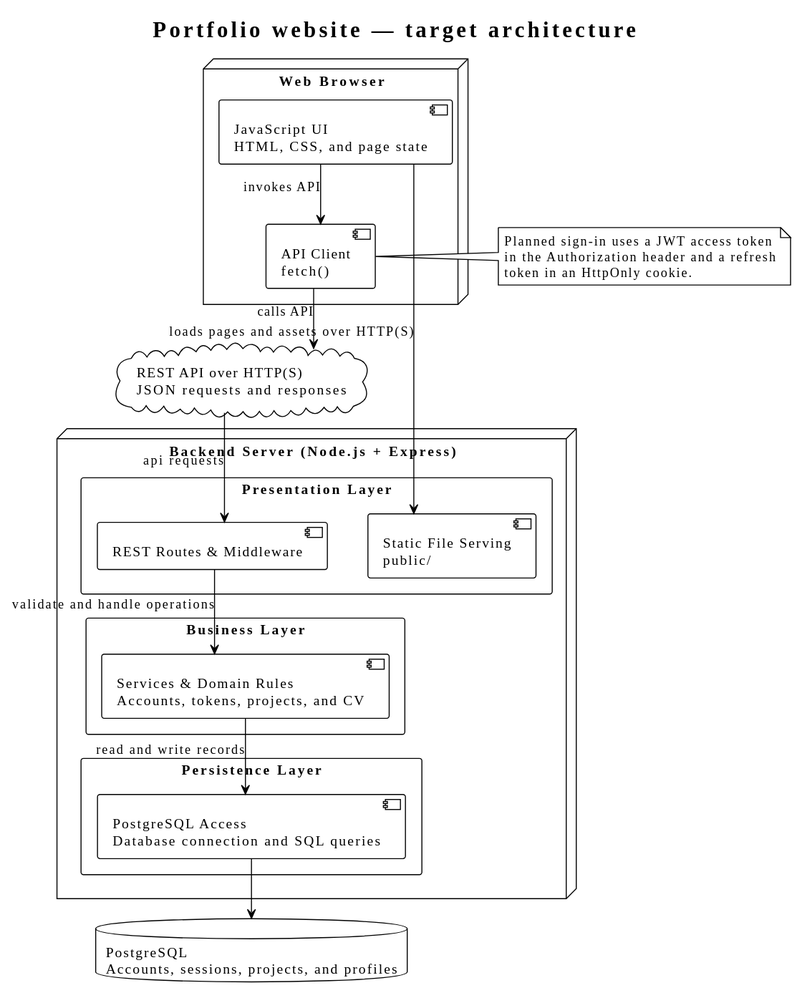
Before: docs/global_artifacts/architecture_overview.svg, a diagram exported from PlantUML (MiguelRibeiro1210/Portfolio_Website).
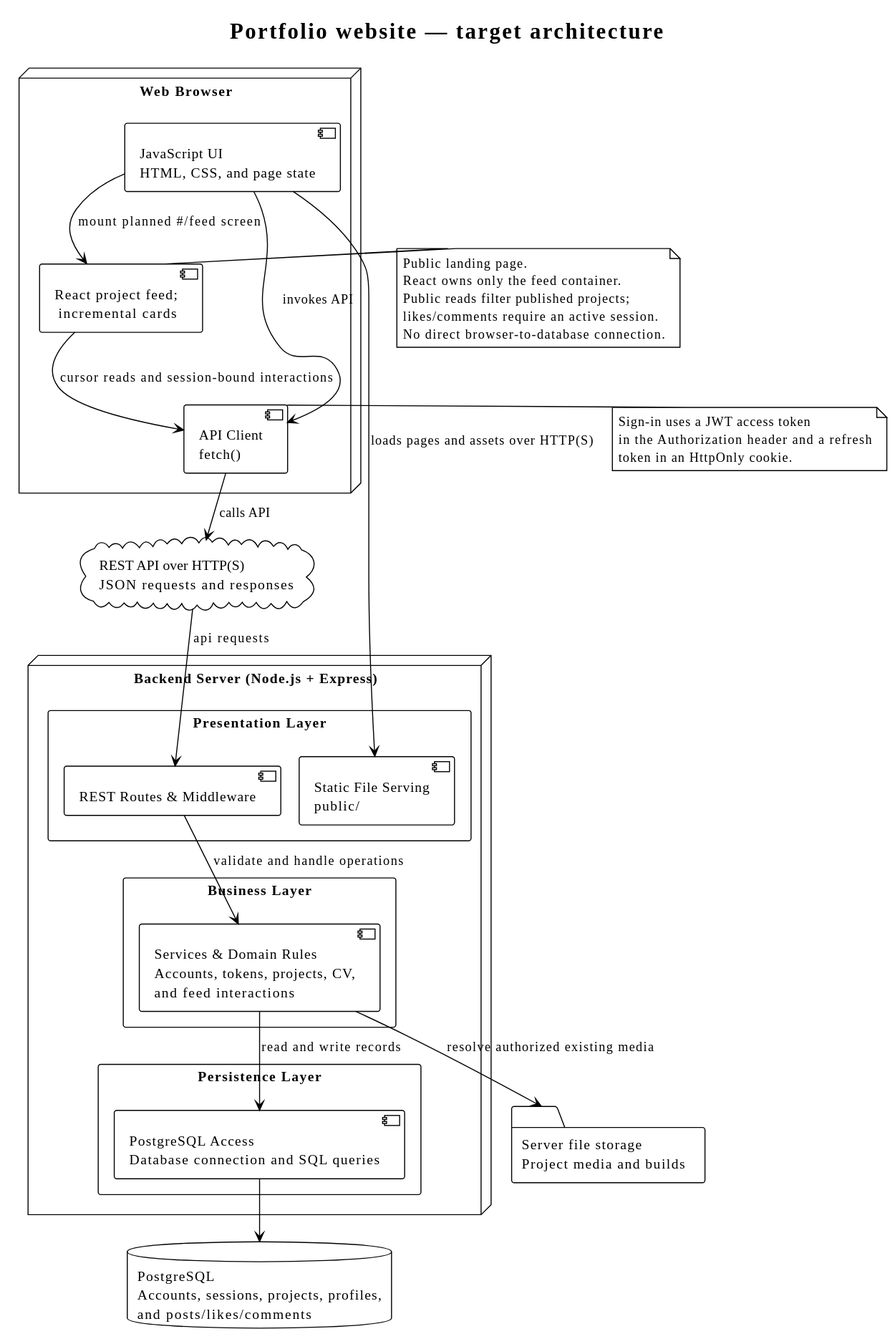
The same diagram one commit later.

Commit message:
docs(uc005): define public React project feed architecture (#26)

The edit, as a diff of the source:
```diff
@@ -8,6 +8,7 @@
 
 node "Web Browser" {
     [JavaScript UI\nHTML, CSS, and page state] as UI
+    [React project feed;\n incremental cards] as Feed
     [API Client\nfetch()] as Client
 }
 
@@ -20,7 +21,7 @@
     }
 
     package "Business Layer" {
-        [Services & Domain Rules\nAccounts, tokens, projects, and CV] as Services
+        [Services & Domain Rules\nAccounts, tokens, projects, CV,\nand feed interactions] as Services
     }
 
     package "Persistence Layer" {
@@ -28,19 +29,31 @@
     }
 }
 
-database "PostgreSQL\nAccounts, sessions, projects, and profiles" as DB
+database "PostgreSQL\nAccounts, sessions, projects, profiles,\nand posts/likes/comments" as DB
+folder "Server file storage\nProject media and builds" as Files
 
 UI --> Client : invokes API
+UI --> Feed : mount planned #/feed screen
+Feed --> Client : cursor reads and session-bound interactions
 Client --> Network : calls API
 UI --> Static : loads pages and assets over HTTP(S)
 Network --> Routes : api requests
 Routes --> Services : validate and handle operations
 Services --> Persistence : read and write records
 Persistence --> DB
+Services --> Files : resolve authorized existing media
 
 note right of Client
-  Planned sign-in uses a JWT access token
+  Sign-in uses a JWT access token
   in the Authorization header and a refresh
   token in an HttpOnly cookie.
 end note
+
+note right of Feed
+  Public landing page.
+  React owns only the feed container.
+  Public reads filter published projects;
+  likes/comments require an active session.
+  No direct browser-to-database connection.
+end note
 @enduml
```
